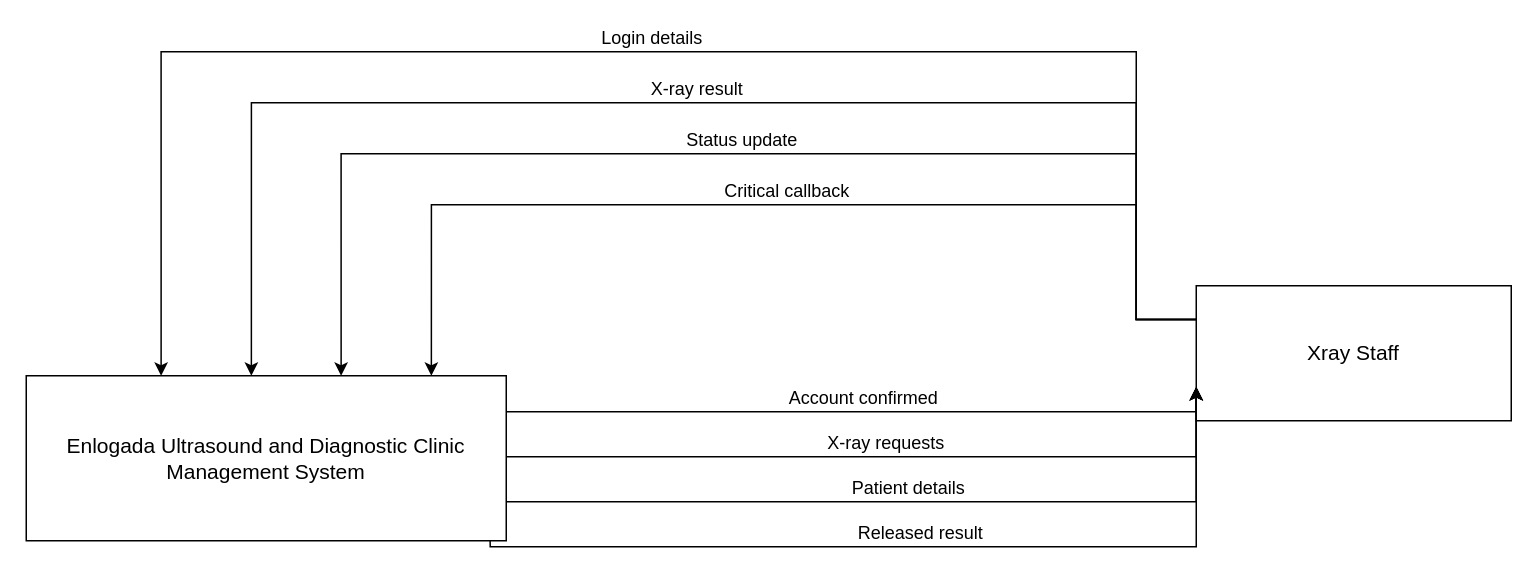
This is page "Xray Staff" (8 of 9) of docs/diagrams/dfd-level0.drawio from steven23lz/Enlogada-Clinic-Management-System, a draw.io file, before an edit. Source tidied: cells renumbered, new cells numbered last; positions are measured from the earlier drawing's top-left corner, leaving out a move shared by most shapes. Both pictures are drawn from the tidied source at 150%, with x=0, y=0 at pixel (26, 51).
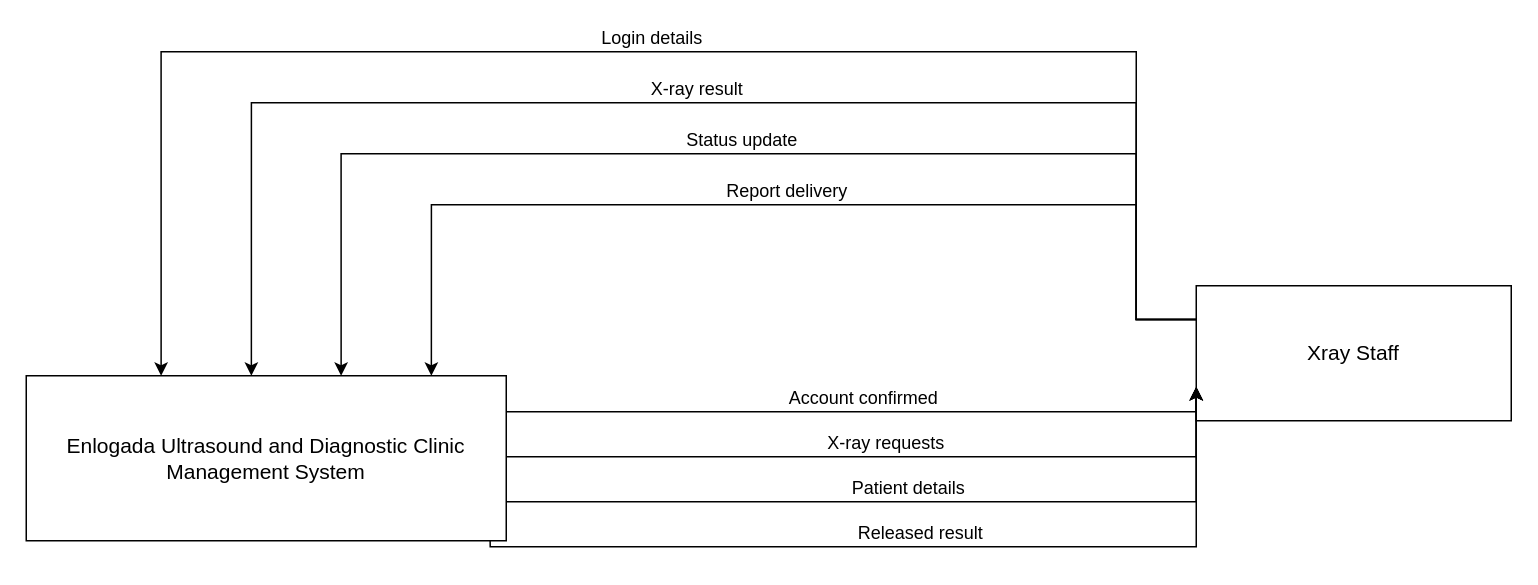
Above is the later version.

Unchanged cells that the change refers to:
```xml
<mxCell id="2" value="Enlogada Ultrasound and Diagnostic Clinic Management System" style="rounded=0;whiteSpace=wrap;html=1;verticalAlign=middle;fontFamily=Helvetica;fontSize=14;fontColor=#000000;strokeColor=#000000;" parent="1" vertex="1">
  <mxGeometry y="216" width="320" height="110" as="geometry" />
</mxCell>
<mxCell id="3" value="Xray Staff" style="rounded=0;whiteSpace=wrap;html=1;fontFamily=Helvetica;fontSize=14;fontColor=#000000;strokeColor=#000000;" parent="1" vertex="1">
  <mxGeometry x="780" y="156" width="210" height="90" as="geometry" />
</mxCell>
```

Diff of the diagram source:
```diff
@@
-    <mxCell id="7" value="Critical callback" style="edgeStyle=orthogonalEdgeStyle;rounded=0;html=1;verticalAlign=bottom;fontFamily=Helvetica;fontSize=12;fontColor=#000000;strokeColor=#000000;exitX=0;exitY=0.25;exitDx=0;exitDy=0;entryX=0.844;entryY=0;entryDx=0;entryDy=0;" parent="1" edge="1" source="3" target="2">
+    <mxCell id="7" value="Report delivery" style="edgeStyle=orthogonalEdgeStyle;rounded=0;html=1;verticalAlign=bottom;fontFamily=Helvetica;fontSize=12;fontColor=#000000;strokeColor=#000000;exitX=0;exitY=0.25;exitDx=0;exitDy=0;entryX=0.844;entryY=0;entryDx=0;entryDy=0;" parent="1" edge="1" source="3" target="2">
       <mxGeometry relative="1" as="geometry">
         <Array as="points">
           <mxPoint x="740" y="102" />
           <mxPoint x="270" y="102" />
         </Array>
       </mxGeometry>
     </mxCell>
```
